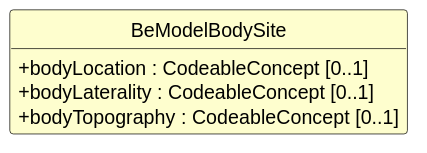
This is exports/diagrams/BeModelBodySite-uml.svg from caresets/caresets-src, a PlantUML export, as it was before one commit. The source it was exported from:
```plantuml
@startuml
skinparam shadowing false
skinparam classAttributeIconSize 0
skinparam linetype ortho
skinparam class {
  BackgroundColor #FEFECE
  BorderColor #000000
  ArrowColor #000000
  FontStyle bold
  AttributeFontStyle normal
}
hide circle
hide empty members

class "BeModelBodySite" as BeModelBodySite {
  +bodyLocation : CodeableConcept [0..1]
  +bodyLaterality : CodeableConcept [0..1]
  +bodyTopography : CodeableConcept [0..1]
}
@enduml
```
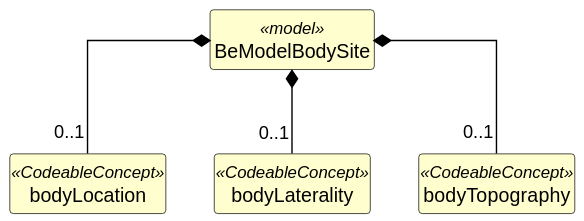
Later version of the same file.

Diff of the diagram source:
```diff
@@ -12,9 +12,19 @@
 hide circle
 hide empty members
 
-class "BeModelBodySite" as BeModelBodySite {
-  +bodyLocation : CodeableConcept [0..1]
-  +bodyLaterality : CodeableConcept [0..1]
-  +bodyTopography : CodeableConcept [0..1]
+class "BeModelBodySite" as BeModelBodySite <<model>> {
 }
+
+class "bodyLocation" as BeModelBodySite_bodyLocation <<CodeableConcept>> {
+}
+
+class "bodyLaterality" as BeModelBodySite_bodyLaterality <<CodeableConcept>> {
+}
+
+class "bodyTopography" as BeModelBodySite_bodyTopography <<CodeableConcept>> {
+}
+
+BeModelBodySite *-- "0..1" BeModelBodySite_bodyLocation
+BeModelBodySite *-- "0..1" BeModelBodySite_bodyLaterality
+BeModelBodySite *-- "0..1" BeModelBodySite_bodyTopography
 @enduml
```
